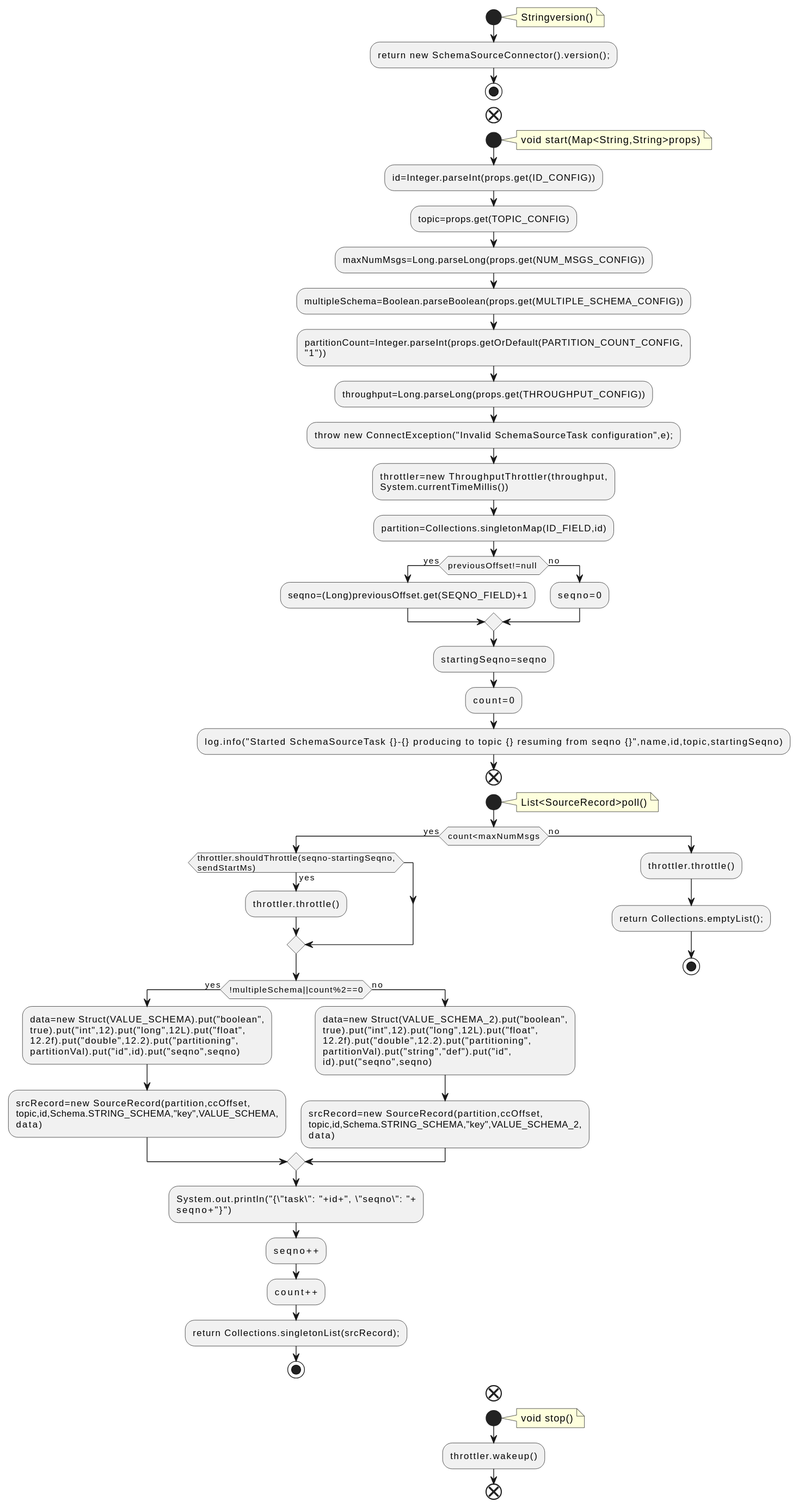
Earlier version of the PlantUML export docs/qc/connect/runtime/src/main/java/org/apache/kafka/connect/tools/SchemaSourceTask.java.fct.svg (qualitesys/kafka). Source of this version:
```plantuml
@startuml
!pragma layout smetana
start
note right
Stringversion()
end note
:return new SchemaSourceConnector().version();;
stop
end
start
note right
void start(Map<String,String>props)
end note
:id=Integer.parseInt(props.get(ID_CONFIG));
:topic=props.get(TOPIC_CONFIG);
:maxNumMsgs=Long.parseLong(props.get(NUM_MSGS_CONFIG));
:multipleSchema=Boolean.parseBoolean(props.get(MULTIPLE_SCHEMA_CONFIG));
:partitionCount=Integer.parseInt(props.getOrDefault(PARTITION_COUNT_CONFIG,
"1"));
:throughput=Long.parseLong(props.get(THROUGHPUT_CONFIG));
:throw new ConnectException("Invalid SchemaSourceTask configuration",e);;
:throttler=new ThroughputThrottler(throughput,
System.currentTimeMillis());
:partition=Collections.singletonMap(ID_FIELD,id);
if (previousOffset!=null ) then (yes)
:seqno=(Long)previousOffset.get(SEQNO_FIELD)+1;
else (no)
:seqno=0;
endif
:startingSeqno=seqno;
:count=0;
:log.info("Started SchemaSourceTask {}-{} producing to topic {} resuming from seqno {}",name,id,topic,startingSeqno);
end
start
note right
List<SourceRecord>poll()
end note
if (count<maxNumMsgs) then (yes)
if (throttler.shouldThrottle(seqno-startingSeqno,
sendStartMs)) then (yes)
:throttler.throttle();
endif
if (!multipleSchema||count%2==0) then (yes)
:data=new Struct(VALUE_SCHEMA).put("boolean",
true).put("int",12).put("long",12L).put("float",
12.2f).put("double",12.2).put("partitioning",
partitionVal).put("id",id).put("seqno",seqno);
:srcRecord=new SourceRecord(partition,ccOffset,
topic,id,Schema.STRING_SCHEMA,"key",VALUE_SCHEMA,
data);
else (no)
:data=new Struct(VALUE_SCHEMA_2).put("boolean",
true).put("int",12).put("long",12L).put("float",
12.2f).put("double",12.2).put("partitioning",
partitionVal).put("string","def").put("id",
id).put("seqno",seqno);
:srcRecord=new SourceRecord(partition,ccOffset,
topic,id,Schema.STRING_SCHEMA,"key",VALUE_SCHEMA_2,
data);
endif
:System.out.println("{\"task\": "+id+", \"seqno\": "+
seqno+"}");
:seqno++;
:count++;
:return Collections.singletonList(srcRecord);;
stop
else (no)
:throttler.throttle();
:return Collections.emptyList();;
stop
endif
end
start
note right
void stop()
end note
:throttler.wakeup();
end
@enduml
```
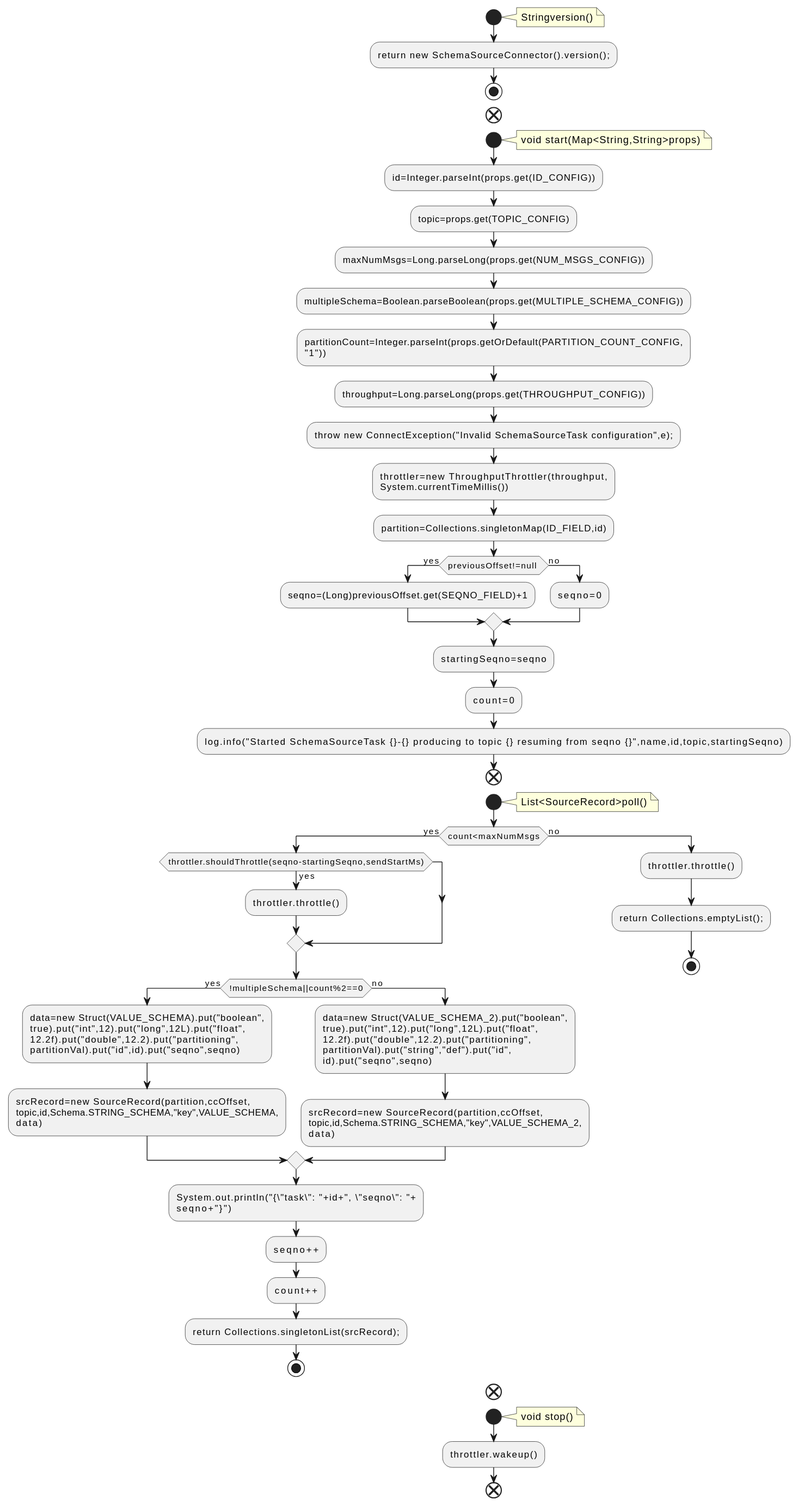
The same file after the commit.

Diff of the diagram source:
```diff
@@ -36,8 +36,7 @@
 List<SourceRecord>poll()
 end note
 if (count<maxNumMsgs) then (yes)
-if (throttler.shouldThrottle(seqno-startingSeqno,
-sendStartMs)) then (yes)
+if (throttler.shouldThrottle(seqno-startingSeqno,sendStartMs)) then (yes)
 :throttler.throttle();
 endif
 if (!multipleSchema||count%2==0) then (yes)
```
